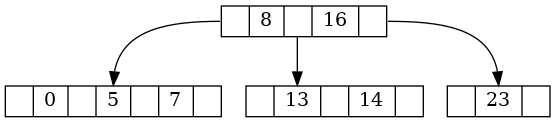
DenRen/BabichevAlgo keeps this Graphviz diagram as H5/H5.4-bigbook/graph.png. Above is the earlier version. Its source is kept beside it as H5/H5.4-bigbook/graph.gv.
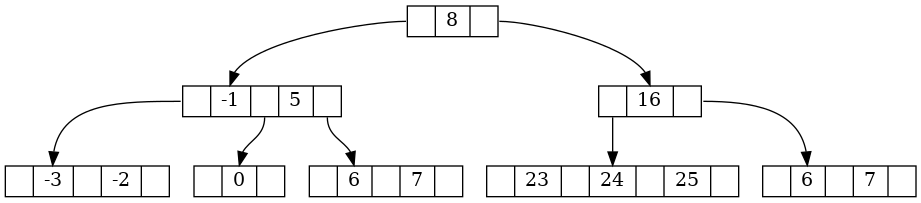
Later version of the same file.

Change to the diagram source:
```diff
@@ -1,10 +1,18 @@
 digraph G {
 node [shape = record, height=.1];
-node0[label = "<p0>| <k0> 8| <p1>| <k1> 16| <p2>"];
-node1[label = "<p0>| <k0> 0| <p1>| <k1> 5| <p2>| <k2> 7| <p3>"];
-"node0":p0 -> "node1":k1;
-node2[label = "<p0>| <k0> 13| <p1>| <k1> 14| <p2>"];
-"node0":p1 -> "node2":k0;
-node3[label = "<p0>| <k0> 23| <p1>"];
-"node0":p2 -> "node3":k0;
+node0[label = "<p0>| <k0> 8| <p1>"];
+node1[label = "<p0>| <k0> -1| <p1>| <k1> 5| <p2>"];
+node2[label = "<p0>| <k0> -3| <p1>| <k1> -2| <p2>"];
+"node1":p0 -> "node2":k0;
+node3[label = "<p0>| <k0> 0| <p1>"];
+"node1":p1 -> "node3":k0;
+node4[label = "<p0>| <k0> 6| <p1>| <k1> 7| <p2>"];
+"node1":p2 -> "node4":k0;
+"node0":p0 -> "node1":k0;
+node5[label = "<p0>| <k0> 16| <p1>"];
+node6[label = "<p0>| <k0> 23| <p1>| <k1> 24| <p2>| <k2> 25| <p3>"];
+"node5":p0 -> "node6":k1;
+node7[label = "<p0>| <k0> 6| <p1>| <k1> 7| <p2>"];
+"node5":p1 -> "node7":k0;
+"node0":p1 -> "node5":k0;
 }
```
